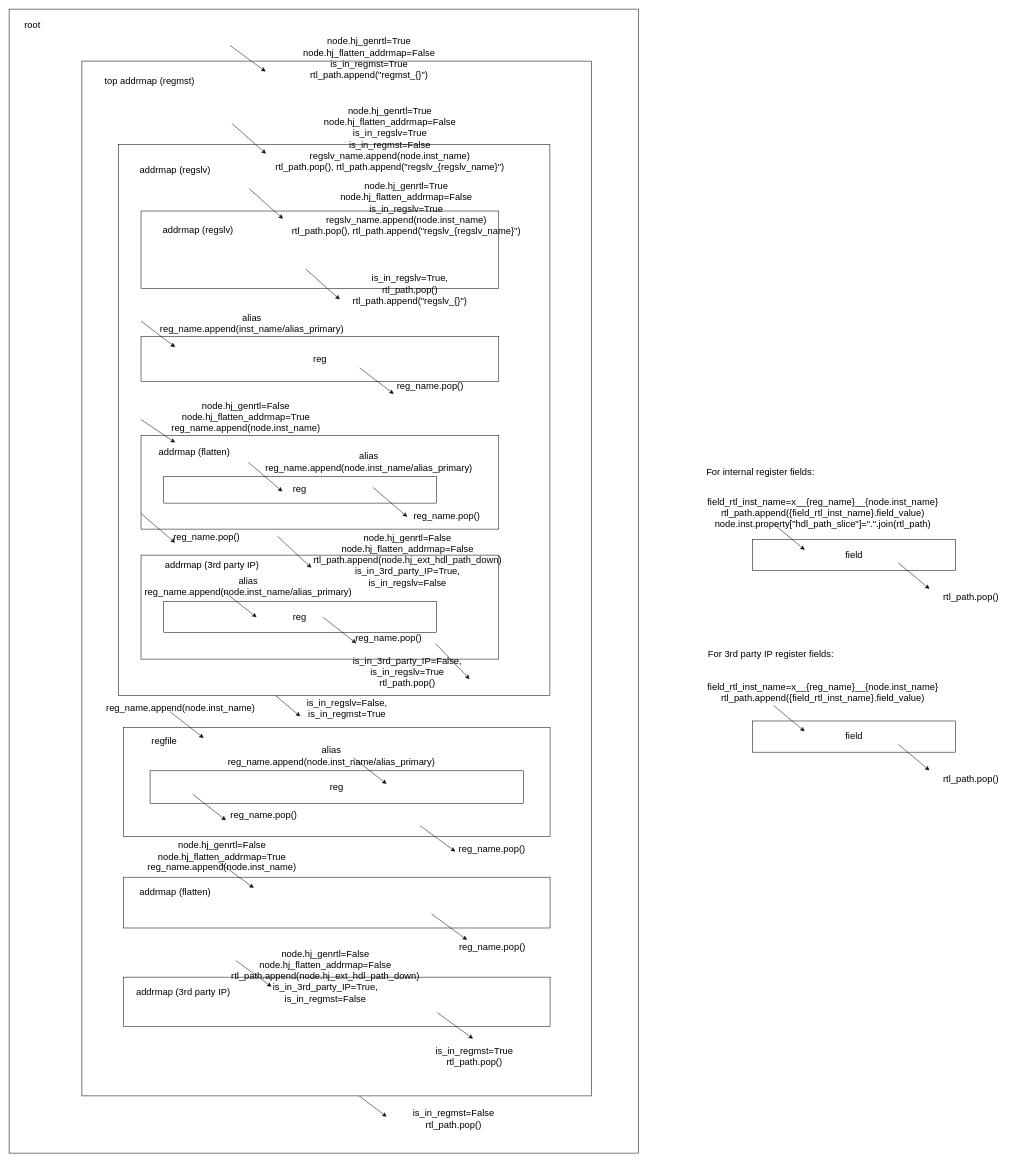
Earlier version of the draw.io diagram generators/preprocess.dio (howsayhao/hj_reg_auto). Source tidied: cells renumbered, new cells numbered last; positions are measured from the earlier drawing's top-left corner, leaving out a move shared by most shapes. Both pictures are drawn from the tidied source at 52%, with x=0, y=0 at pixel (9, 9).
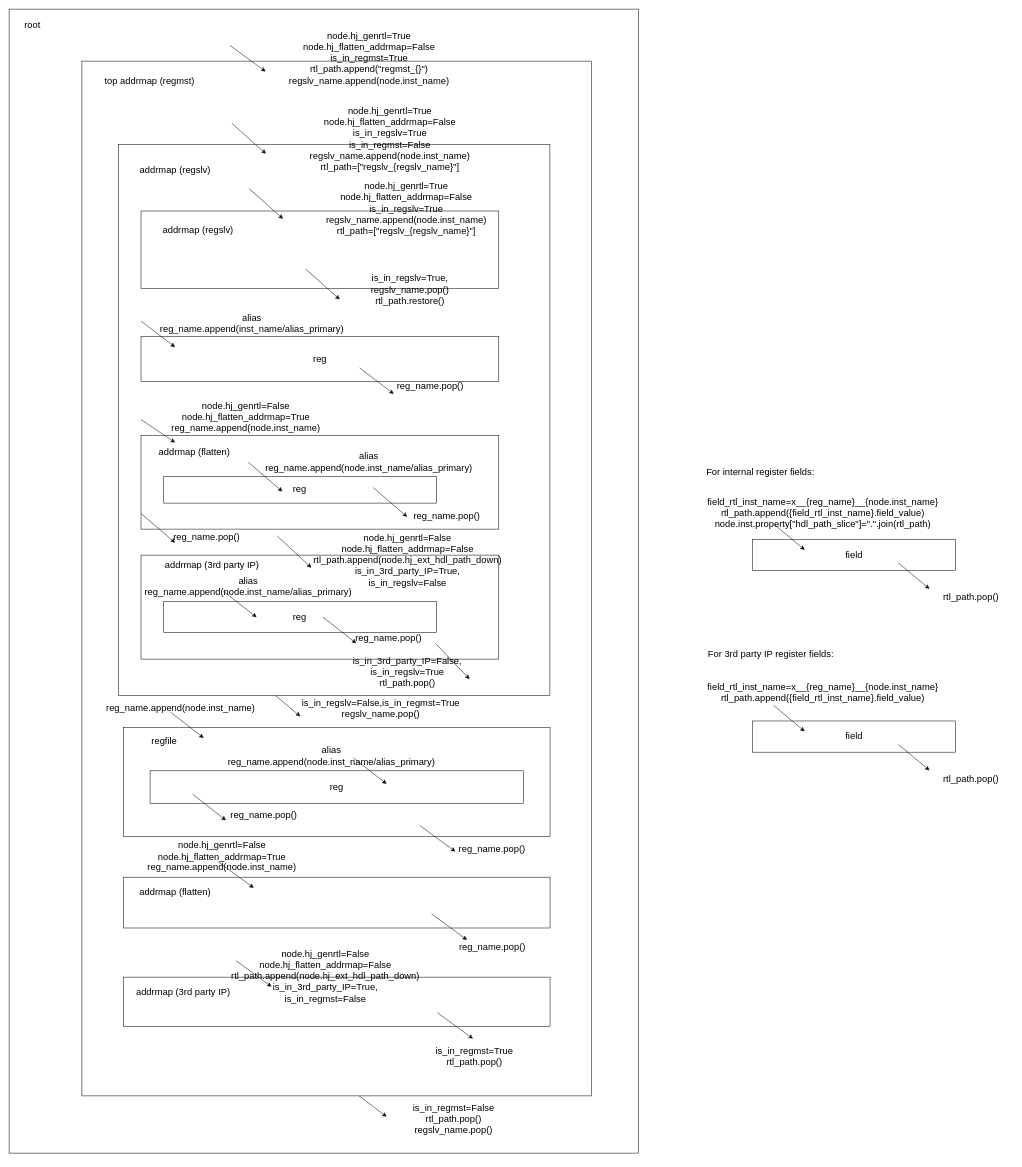
After the change.

Commit message (it also covers changes not shown here):
fix: register model preprocess

The change refers to these unchanged cells:
```xml
<mxCell id="2" style="group;" parent="1" vertex="1">
  <mxGeometry width="1210" height="2210" as="geometry" />
</mxCell>
<mxCell id="7" style="group;" parent="1" vertex="1">
  <mxGeometry x="140" y="100" width="980" height="1990" as="geometry" />
</mxCell>
<mxCell id="39" style="group;" parent="1" vertex="1">
  <mxGeometry x="210" y="260" width="880" height="1060" as="geometry" />
</mxCell>
<mxCell id="43" style="group;" parent="39" vertex="1">
  <mxGeometry x="43.7" y="128.3" width="688" height="191.7" as="geometry" />
</mxCell>
```

Diff of the diagram source:
```diff
@@
-    <mxCell id="6" value="&lt;font style=&quot;font-size: 18px&quot;&gt;is_in_regmst=False&lt;br&gt;rtl_path.pop()&lt;br&gt;&lt;/font&gt;" style="text;html=1;strokeColor=none;fillColor=none;align=center;verticalAlign=middle;whiteSpace=wrap;rounded=0;fontSize=18;" parent="2" vertex="1">
+    <mxCell id="6" value="&lt;font style=&quot;font-size: 18px&quot;&gt;is_in_regmst=False&lt;br&gt;rtl_path.pop()&lt;br&gt;regslv_name.pop()&lt;br&gt;&lt;/font&gt;" style="text;html=1;strokeColor=none;fillColor=none;align=center;verticalAlign=middle;whiteSpace=wrap;rounded=0;fontSize=18;" parent="2" vertex="1">
       <mxGeometry x="700" y="2100" width="310" height="70" as="geometry" />
     </mxCell>
@@
-    <mxCell id="20" value="&lt;font style=&quot;font-size: 18px&quot;&gt;node.hj_genrtl=True&lt;br&gt;node.hj_flatten_addrmap=False&lt;br&gt;is_in_regmst=True&lt;br&gt;rtl_path.append(&quot;regmst_{}&quot;)&lt;br&gt;&lt;/font&gt;" style="text;html=1;strokeColor=none;fillColor=none;align=center;verticalAlign=middle;whiteSpace=wrap;rounded=0;fontSize=18;" parent="7" vertex="1">
+    <mxCell id="20" value="&lt;font style=&quot;font-size: 18px&quot;&gt;node.hj_genrtl=True&lt;br&gt;node.hj_flatten_addrmap=False&lt;br&gt;is_in_regmst=True&lt;br&gt;rtl_path.append(&quot;regmst_{}&quot;)&lt;br&gt;regslv_name.append(node.inst_name)&lt;br&gt;&lt;/font&gt;" style="text;html=1;strokeColor=none;fillColor=none;align=center;verticalAlign=middle;whiteSpace=wrap;rounded=0;fontSize=18;" parent="7" vertex="1">
       <mxGeometry x="376" y="-60" width="353.3" height="110" as="geometry" />
     </mxCell>
@@
-    <mxCell id="32" value="&lt;font style=&quot;font-size: 18px&quot;&gt;is_in_regslv=False,&lt;br&gt;is_in_regmst=True&lt;br&gt;&lt;/font&gt;" style="text;html=1;strokeColor=none;fillColor=none;align=center;verticalAlign=middle;whiteSpace=wrap;rounded=0;fontSize=18;" parent="7" vertex="1">
-      <mxGeometry x="410" y="1220" width="200" height="50" as="geometry" />
+    <mxCell id="32" value="&lt;font style=&quot;font-size: 18px&quot;&gt;is_in_regslv=False,is_in_regmst=True&lt;br&gt;regslv_name.pop()&lt;br&gt;&lt;/font&gt;" style="text;html=1;strokeColor=none;fillColor=none;align=center;verticalAlign=middle;whiteSpace=wrap;rounded=0;fontSize=18;" parent="7" vertex="1">
+      <mxGeometry x="410" y="1220" width="330" height="50" as="geometry" />
     </mxCell>
@@
-    <mxCell id="47" value="&lt;font style=&quot;font-size: 18px&quot;&gt;is_in_regslv=True,&lt;br&gt;rtl_path.pop()&lt;br&gt;rtl_path.append(&quot;regslv_{}&quot;)&lt;br&gt;&lt;/font&gt;" style="text;html=1;strokeColor=none;fillColor=none;align=center;verticalAlign=middle;whiteSpace=wrap;rounded=0;fontSize=18;" parent="43" vertex="1">
+    <mxCell id="47" value="&lt;font style=&quot;font-size: 18px&quot;&gt;is_in_regslv=True,&lt;br&gt;regslv_name.pop()&lt;br&gt;rtl_path.restore()&lt;br&gt;&lt;/font&gt;" style="text;html=1;strokeColor=none;fillColor=none;align=center;verticalAlign=middle;whiteSpace=wrap;rounded=0;fontSize=18;" parent="43" vertex="1">
       <mxGeometry x="376.3" y="111.7" width="281.7" height="80" as="geometry" />
     </mxCell>
@@
-    <mxCell id="71" value="&lt;font style=&quot;font-size: 18px&quot;&gt;node.hj_genrtl=True&lt;br&gt;node.hj_flatten_addrmap=False&lt;br&gt;is_in_regslv=True&lt;br&gt;is_in_regmst=False&lt;br&gt;regslv_name.append(node.inst_name)&lt;br&gt;rtl_path.pop(), rtl_path.append(&quot;regslv_{regslv_name}&quot;)&lt;br&gt;&lt;/font&gt;" style="text;html=1;strokeColor=none;fillColor=none;align=center;verticalAlign=middle;whiteSpace=wrap;rounded=0;fontSize=18;" parent="39" vertex="1">
+    <mxCell id="71" value="&lt;font style=&quot;font-size: 18px&quot;&gt;node.hj_genrtl=True&lt;br&gt;node.hj_flatten_addrmap=False&lt;br&gt;is_in_regslv=True&lt;br&gt;is_in_regmst=False&lt;br&gt;regslv_name.append(node.inst_name)&lt;br&gt;rtl_path=[&quot;regslv_{regslv_name}&quot;]&lt;br&gt;&lt;/font&gt;" style="text;html=1;strokeColor=none;fillColor=none;align=center;verticalAlign=middle;whiteSpace=wrap;rounded=0;fontSize=18;" parent="39" vertex="1">
       <mxGeometry x="294.9" y="-80" width="455.1" height="140" as="geometry" />
     </mxCell>
@@
-    <mxCell id="73" value="&lt;font style=&quot;font-size: 18px&quot;&gt;node.hj_genrtl=True&lt;br&gt;node.hj_flatten_addrmap=False&lt;br&gt;is_in_regslv=True&lt;br&gt;regslv_name.append(node.inst_name)&lt;br&gt;rtl_path.pop(), rtl_path.append(&quot;regslv_{regslv_name}&quot;)&lt;br&gt;&lt;/font&gt;" style="text;html=1;strokeColor=none;fillColor=none;align=center;verticalAlign=middle;whiteSpace=wrap;rounded=0;fontSize=18;" parent="39" vertex="1">
+    <mxCell id="73" value="&lt;font style=&quot;font-size: 18px&quot;&gt;node.hj_genrtl=True&lt;br&gt;node.hj_flatten_addrmap=False&lt;br&gt;is_in_regslv=True&lt;br&gt;regslv_name.append(node.inst_name)&lt;br&gt;rtl_path=[&quot;regslv_{regslv_name}&quot;]&lt;br&gt;&lt;/font&gt;" style="text;html=1;strokeColor=none;fillColor=none;align=center;verticalAlign=middle;whiteSpace=wrap;rounded=0;fontSize=18;" parent="39" vertex="1">
       <mxGeometry x="318.2" y="70" width="471.8" height="108.3" as="geometry" />
     </mxCell>
```
